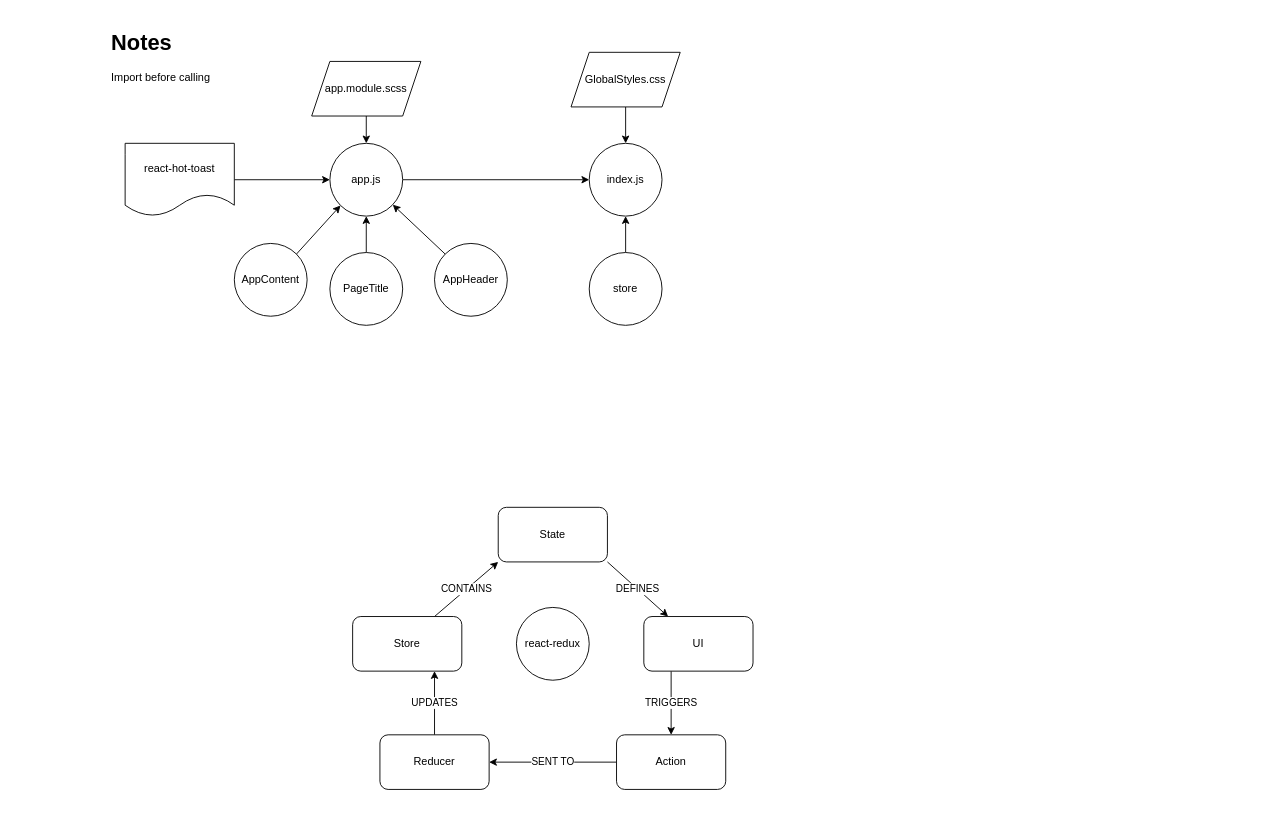
anotherinthefire/react-todo keeps this draw.io diagram as architecture/architecture.drawio. Above is the earlier version. Source tidied: cells renumbered, new cells numbered last; positions are measured from the earlier drawing's top-left corner, leaving out a move shared by most shapes. Both pictures are drawn from the tidied source at 91%, with x=0, y=0 at pixel (106, 25).
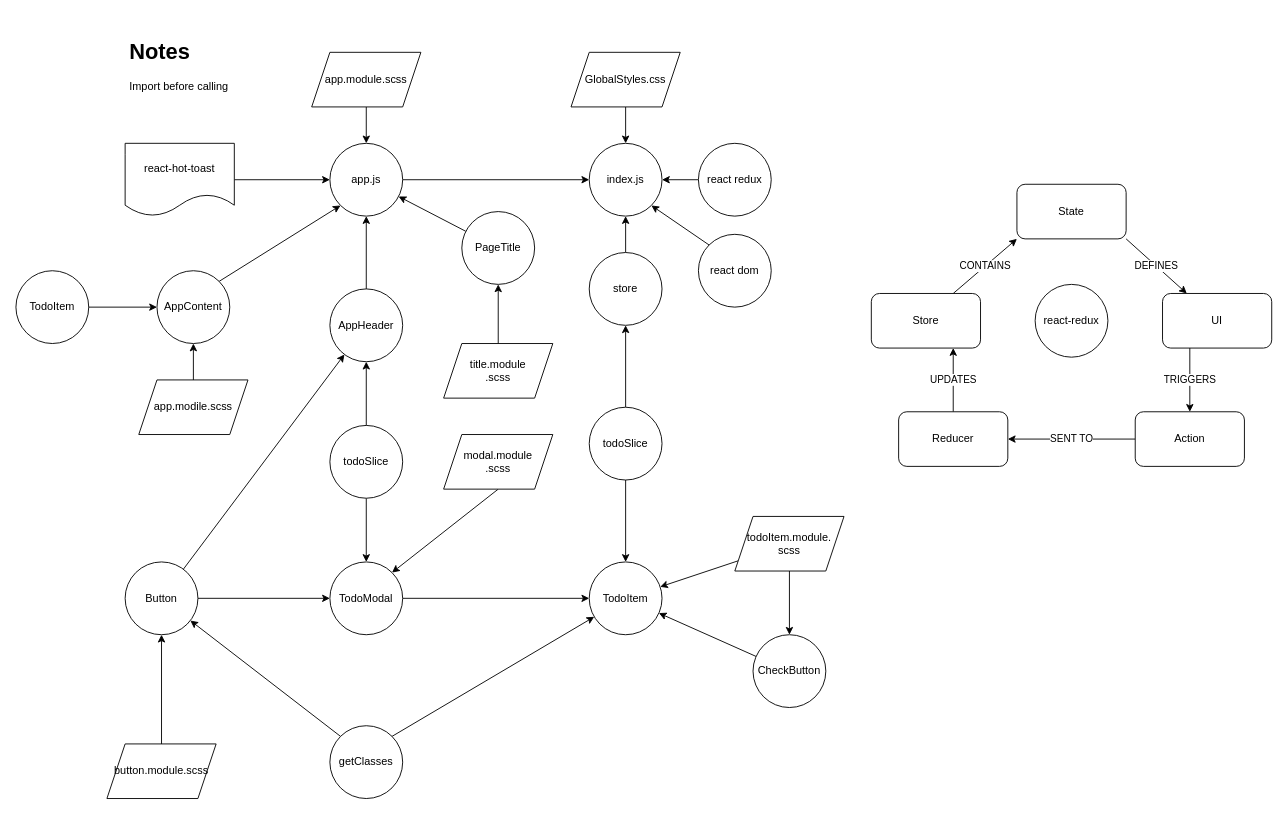
The same page after the edit.

Unchanged cells that the change refers to:
```xml
<mxCell id="3" value="app.js" style="ellipse;whiteSpace=wrap;html=1;" parent="1" vertex="1">
  <mxGeometry x="245" y="130" width="80" height="80" as="geometry" />
</mxCell>
<mxCell id="18" value="store" style="ellipse;whiteSpace=wrap;html=1;" parent="1" vertex="1">
  <mxGeometry x="530" y="250" width="80" height="80" as="geometry" />
</mxCell>
<mxCell id="19" value="index.js" style="ellipse;whiteSpace=wrap;html=1;" parent="1" vertex="1">
  <mxGeometry x="530" y="130" width="80" height="80" as="geometry" />
</mxCell>
```

What changed in the source:
```diff
@@
     <mxCell id="7" value="AppContent" style="ellipse;whiteSpace=wrap;html=1;" parent="1" vertex="1">
-      <mxGeometry x="140" y="240" width="80" height="80" as="geometry" />
+      <mxGeometry x="55" y="270" width="80" height="80" as="geometry" />
     </mxCell>
-    <mxCell id="8" style="edgeStyle=none;rounded=0;jettySize=auto;html=1;exitX=0;exitY=0;exitDx=0;exitDy=0;" parent="1" edge="1" source="9" target="3">
+    <mxCell id="8" style="edgeStyle=none;rounded=0;jettySize=auto;html=1;exitX=0.5;exitY=0;exitDx=0;exitDy=0;" parent="1" edge="1" source="9" target="3">
       <mxGeometry relative="1" as="geometry" />
     </mxCell>
     <mxCell id="9" value="AppHeader" style="ellipse;whiteSpace=wrap;html=1;" parent="1" vertex="1">
-      <mxGeometry x="360" y="240" width="80" height="80" as="geometry" />
+      <mxGeometry x="245" y="290" width="80" height="80" as="geometry" />
     </mxCell>
-    <mxCell id="10" style="edgeStyle=none;rounded=0;jettySize=auto;html=1;exitX=0.5;exitY=0;exitDx=0;exitDy=0;entryX=0.5;entryY=1;entryDx=0;entryDy=0;" parent="1" edge="1" source="11" target="3">
+    <mxCell id="10" style="edgeStyle=none;rounded=0;jettySize=auto;html=1;" parent="1" edge="1" source="11" target="3">
       <mxGeometry relative="1" as="geometry" />
     </mxCell>
     <mxCell id="11" value="PageTitle" style="ellipse;whiteSpace=wrap;html=1;" parent="1" vertex="1">
-      <mxGeometry x="245" y="250" width="80" height="80" as="geometry" />
+      <mxGeometry x="390" y="205" width="80" height="80" as="geometry" />
     </mxCell>
@@
     <mxCell id="13" value="app.module.scss" style="shape=parallelogram;perimeter=parallelogramPerimeter;whiteSpace=wrap;html=1;fixedSize=1;" parent="1" vertex="1">
-      <mxGeometry x="225" y="40" width="120" height="60" as="geometry" />
+      <mxGeometry x="225" y="30" width="120" height="60" as="geometry" />
     </mxCell>
     <mxCell id="14" value="&lt;h1&gt;Notes&lt;/h1&gt;&lt;p&gt;Import before calling&lt;/p&gt;" style="text;html=1;strokeColor=none;fillColor=none;spacing=5;spacingTop=-20;whiteSpace=wrap;overflow=hidden;rounded=0;" parent="1" vertex="1">
-      <mxGeometry width="190" height="120" as="geometry" />
+      <mxGeometry x="20" y="10" width="190" height="120" as="geometry" />
     </mxCell>
@@
     <mxCell id="21" value="State" style="rounded=1;whiteSpace=wrap;html=1;" parent="1" vertex="1">
-      <mxGeometry x="430" y="530" width="120" height="60" as="geometry" />
+      <mxGeometry x="1000" y="175" width="120" height="60" as="geometry" />
     </mxCell>
     <mxCell id="22" value="react-redux" style="ellipse;whiteSpace=wrap;html=1;" parent="1" vertex="1">
-      <mxGeometry x="450" y="640" width="80" height="80" as="geometry" />
+      <mxGeometry x="1020" y="285" width="80" height="80" as="geometry" />
     </mxCell>
@@
     <mxCell id="24" value="UI" style="rounded=1;whiteSpace=wrap;html=1;" parent="1" vertex="1">
-      <mxGeometry x="590" y="650" width="120" height="60" as="geometry" />
+      <mxGeometry x="1160" y="295" width="120" height="60" as="geometry" />
     </mxCell>
@@
     <mxCell id="26" value="Action" style="rounded=1;whiteSpace=wrap;html=1;" parent="1" vertex="1">
-      <mxGeometry x="560" y="780" width="120" height="60" as="geometry" />
+      <mxGeometry x="1130" y="425" width="120" height="60" as="geometry" />
     </mxCell>
@@
     <mxCell id="28" value="Reducer" style="rounded=1;whiteSpace=wrap;html=1;" parent="1" vertex="1">
-      <mxGeometry x="300" y="780" width="120" height="60" as="geometry" />
+      <mxGeometry x="870" y="425" width="120" height="60" as="geometry" />
     </mxCell>
@@
     <mxCell id="30" value="Store" style="rounded=1;whiteSpace=wrap;html=1;" parent="1" vertex="1">
-      <mxGeometry x="270" y="650" width="120" height="60" as="geometry" />
+      <mxGeometry x="840" y="295" width="120" height="60" as="geometry" />
     </mxCell>
+    <mxCell id="31" style="rounded=0;jettySize=auto;html=1;exitX=0;exitY=0;exitDx=0;exitDy=0;entryX=1;entryY=1;entryDx=0;entryDy=0;" parent="1" edge="1" source="32" target="19">
+      <mxGeometry relative="1" as="geometry" />
+    </mxCell>
+    <mxCell id="32" value="react dom" style="ellipse;whiteSpace=wrap;html=1;" parent="1" vertex="1">
+      <mxGeometry x="650" y="230" width="80" height="80" as="geometry" />
+    </mxCell>
+    <mxCell id="33" style="edgeStyle=none;rounded=0;jettySize=auto;html=1;exitX=0;exitY=0.5;exitDx=0;exitDy=0;" parent="1" edge="1" source="34" target="19">
+      <mxGeometry relative="1" as="geometry" />
+    </mxCell>
+    <mxCell id="34" value="react redux" style="ellipse;whiteSpace=wrap;html=1;" parent="1" vertex="1">
+      <mxGeometry x="650" y="130" width="80" height="80" as="geometry" />
+    </mxCell>
+    <mxCell id="35" style="edgeStyle=none;rounded=0;jettySize=auto;html=1;exitX=0.5;exitY=0;exitDx=0;exitDy=0;entryX=0.5;entryY=1;entryDx=0;entryDy=0;" parent="1" edge="1" source="37" target="18">
+      <mxGeometry relative="1" as="geometry" />
+    </mxCell>
+    <mxCell id="36" style="edgeStyle=none;rounded=0;jettySize=auto;html=1;exitX=0.5;exitY=1;exitDx=0;exitDy=0;" parent="1" edge="1" source="37" target="60">
+      <mxGeometry relative="1" as="geometry" />
+    </mxCell>
+    <mxCell id="37" value="todoSlice" style="ellipse;whiteSpace=wrap;html=1;" parent="1" vertex="1">
+      <mxGeometry x="530" y="420" width="80" height="80" as="geometry" />
+    </mxCell>
+    <mxCell id="38" style="edgeStyle=none;rounded=0;jettySize=auto;html=1;exitX=1;exitY=0.5;exitDx=0;exitDy=0;entryX=0;entryY=0.5;entryDx=0;entryDy=0;" parent="1" edge="1" source="39" target="7">
+      <mxGeometry relative="1" as="geometry" />
+    </mxCell>
+    <mxCell id="39" value="TodoItem" style="ellipse;whiteSpace=wrap;html=1;" parent="1" vertex="1">
+      <mxGeometry x="-100" y="270" width="80" height="80" as="geometry" />
+    </mxCell>
+    <mxCell id="40" style="edgeStyle=none;rounded=0;jettySize=auto;html=1;" parent="1" edge="1" source="42" target="9">
+      <mxGeometry relative="1" as="geometry" />
+    </mxCell>
+    <mxCell id="41" style="edgeStyle=none;rounded=0;jettySize=auto;html=1;" parent="1" edge="1" source="42" target="44">
+      <mxGeometry relative="1" as="geometry" />
+    </mxCell>
+    <mxCell id="42" value="Button" style="ellipse;whiteSpace=wrap;html=1;" parent="1" vertex="1">
+      <mxGeometry x="20" y="590" width="80" height="80" as="geometry" />
+    </mxCell>
+    <mxCell id="43" style="edgeStyle=none;rounded=0;jettySize=auto;html=1;exitX=1;exitY=0.5;exitDx=0;exitDy=0;" parent="1" edge="1" source="44" target="60">
+      <mxGeometry relative="1" as="geometry" />
+    </mxCell>
+    <mxCell id="44" value="TodoModal" style="ellipse;whiteSpace=wrap;html=1;" parent="1" vertex="1">
+      <mxGeometry x="245" y="590" width="80" height="80" as="geometry" />
+    </mxCell>
+    <mxCell id="45" style="edgeStyle=none;rounded=0;jettySize=auto;html=1;" parent="1" edge="1" source="46" target="7">
+      <mxGeometry relative="1" as="geometry" />
+    </mxCell>
+    <mxCell id="46" value="app.modile.scss" style="shape=parallelogram;perimeter=parallelogramPerimeter;whiteSpace=wrap;html=1;fixedSize=1;" parent="1" vertex="1">
+      <mxGeometry x="35" y="390" width="120" height="60" as="geometry" />
+    </mxCell>
+    <mxCell id="47" style="edgeStyle=none;rounded=0;jettySize=auto;html=1;exitX=0.5;exitY=1;exitDx=0;exitDy=0;" parent="1" edge="1" source="49" target="44">
+      <mxGeometry relative="1" as="geometry" />
+    </mxCell>
+    <mxCell id="48" style="edgeStyle=none;rounded=0;jettySize=auto;html=1;" parent="1" edge="1" source="49" target="9">
+      <mxGeometry relative="1" as="geometry" />
+    </mxCell>
+    <mxCell id="49" value="todoSlice" style="ellipse;whiteSpace=wrap;html=1;" parent="1" vertex="1">
+      <mxGeometry x="245" y="440" width="80" height="80" as="geometry" />
+    </mxCell>
+    <mxCell id="50" style="edgeStyle=none;rounded=0;jettySize=auto;html=1;exitX=0.5;exitY=0;exitDx=0;exitDy=0;" parent="1" edge="1" source="51" target="42">
+      <mxGeometry relative="1" as="geometry" />
+    </mxCell>
+    <mxCell id="51" value="button.module.scss" style="shape=parallelogram;perimeter=parallelogramPerimeter;whiteSpace=wrap;html=1;fixedSize=1;" parent="1" vertex="1">
+      <mxGeometry y="790" width="120" height="60" as="geometry" />
+    </mxCell>
+    <mxCell id="52" style="edgeStyle=none;rounded=0;jettySize=auto;html=1;exitX=0;exitY=0;exitDx=0;exitDy=0;" parent="1" edge="1" source="54" target="42">
+      <mxGeometry relative="1" as="geometry" />
+    </mxCell>
+    <mxCell id="53" style="edgeStyle=none;rounded=0;jettySize=auto;html=1;exitX=1;exitY=0;exitDx=0;exitDy=0;" parent="1" edge="1" source="54" target="60">
+      <mxGeometry relative="1" as="geometry" />
+    </mxCell>
+    <mxCell id="54" value="getClasses" style="ellipse;whiteSpace=wrap;html=1;" parent="1" vertex="1">
+      <mxGeometry x="245" y="770" width="80" height="80" as="geometry" />
+    </mxCell>
+    <mxCell id="55" style="edgeStyle=none;rounded=0;jettySize=auto;html=1;exitX=0.5;exitY=1;exitDx=0;exitDy=0;" parent="1" edge="1" source="57" target="59">
+      <mxGeometry relative="1" as="geometry" />
+    </mxCell>
+    <mxCell id="56" style="edgeStyle=none;rounded=0;jettySize=auto;html=1;" parent="1" edge="1" source="57" target="60">
+      <mxGeometry relative="1" as="geometry" />
+    </mxCell>
+    <mxCell id="57" value="todoItem.module.&lt;br&gt;scss" style="shape=parallelogram;perimeter=parallelogramPerimeter;whiteSpace=wrap;html=1;fixedSize=1;" parent="1" vertex="1">
+      <mxGeometry x="690" y="540" width="120" height="60" as="geometry" />
+    </mxCell>
+    <mxCell id="58" style="edgeStyle=none;rounded=0;jettySize=auto;html=1;" parent="1" edge="1" source="59" target="60">
+      <mxGeometry relative="1" as="geometry" />
+    </mxCell>
+    <mxCell id="59" value="CheckButton" style="ellipse;whiteSpace=wrap;html=1;" parent="1" vertex="1">
+      <mxGeometry x="710" y="670" width="80" height="80" as="geometry" />
+    </mxCell>
+    <mxCell id="60" value="TodoItem" style="ellipse;whiteSpace=wrap;html=1;" parent="1" vertex="1">
+      <mxGeometry x="530" y="590" width="80" height="80" as="geometry" />
+    </mxCell>
+    <mxCell id="61" style="edgeStyle=none;rounded=0;jettySize=auto;html=1;exitX=0.5;exitY=0;exitDx=0;exitDy=0;entryX=0.5;entryY=1;entryDx=0;entryDy=0;" parent="1" edge="1" source="62" target="11">
+      <mxGeometry relative="1" as="geometry" />
+    </mxCell>
+    <mxCell id="62" value="title.module&lt;br&gt;.scss" style="shape=parallelogram;perimeter=parallelogramPerimeter;whiteSpace=wrap;html=1;fixedSize=1;" parent="1" vertex="1">
+      <mxGeometry x="370" y="350" width="120" height="60" as="geometry" />
+    </mxCell>
+    <mxCell id="63" style="edgeStyle=none;rounded=0;jettySize=auto;html=1;exitX=0.5;exitY=1;exitDx=0;exitDy=0;entryX=1;entryY=0;entryDx=0;entryDy=0;" parent="1" edge="1" source="64" target="44">
+      <mxGeometry relative="1" as="geometry" />
+    </mxCell>
+    <mxCell id="64" value="modal.module&lt;br&gt;.scss" style="shape=parallelogram;perimeter=parallelogramPerimeter;whiteSpace=wrap;html=1;fixedSize=1;" parent="1" vertex="1">
+      <mxGeometry x="370" y="450" width="120" height="60" as="geometry" />
+    </mxCell>
```
